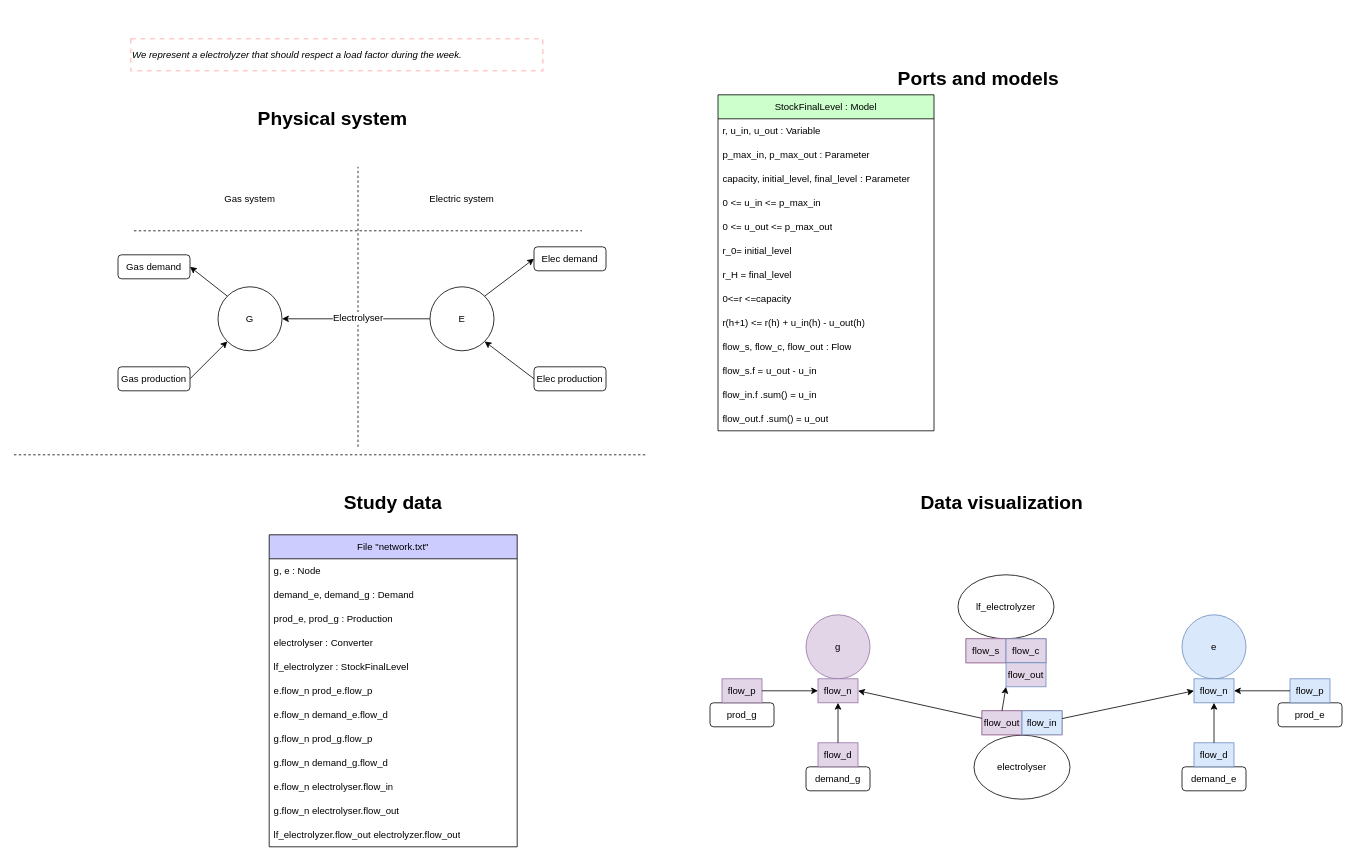
AntaresSimulatorTeam/andromede-modeling-prototype keeps this draw.io diagram as page "two_models" (1 of 2) of models-design/systems/electrolyzer_load_factor.drawio. Above is the earlier version. Source tidied: cells renumbered, new cells numbered last; positions are measured from the earlier drawing's top-left corner, leaving out a move shared by most shapes. Both pictures are drawn from the tidied source at 80%, with x=0, y=0 at pixel (14, 38).
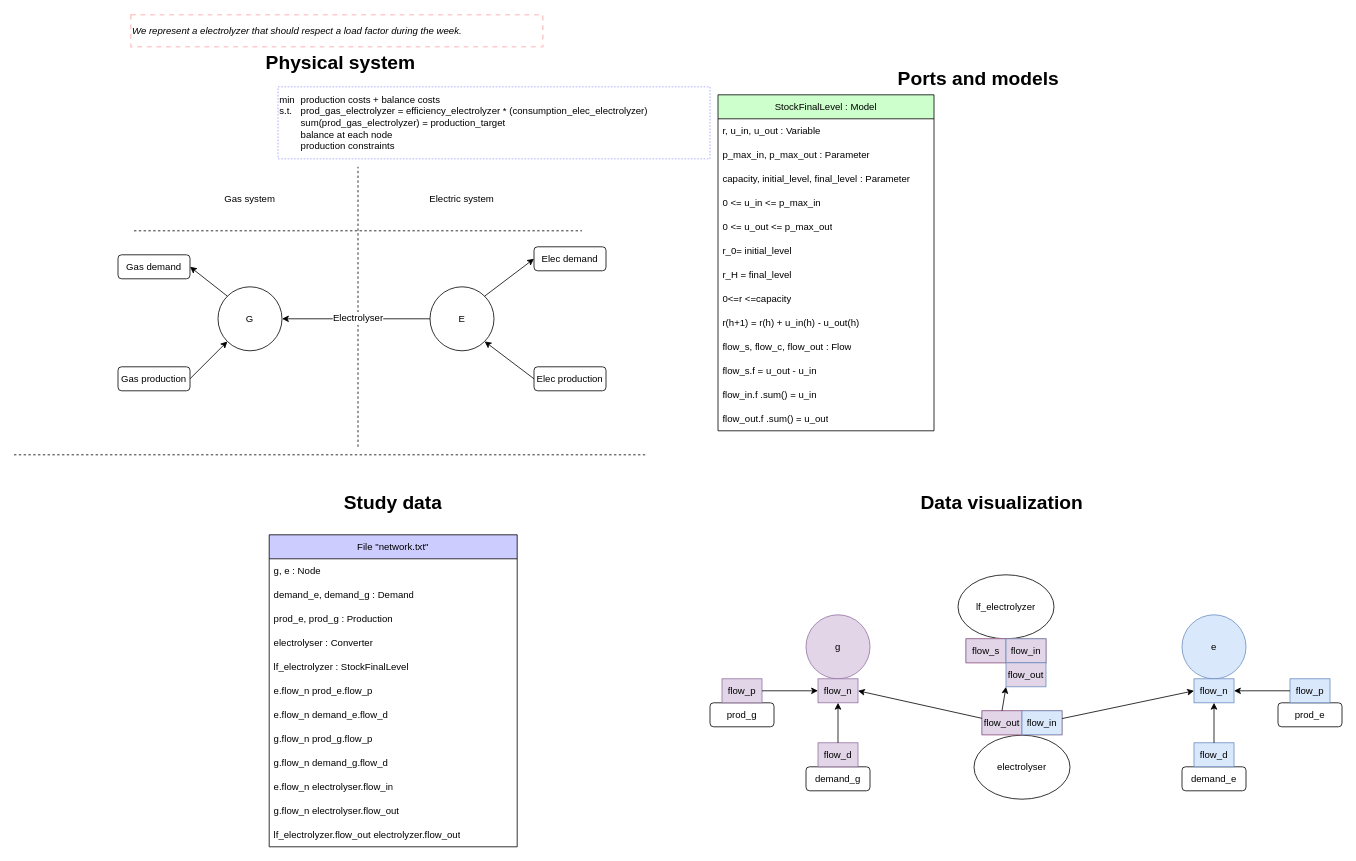
The same page after the edit.

The change refers to these unchanged cells:
```xml
<mxCell id="20" value="StockFinalLevel : Model" style="swimlane;fontStyle=0;horizontal=1;startSize=30;whiteSpace=wrap;html=1;fillColor=#CCFFCC;fontColor=#000000;" parent="18" vertex="1">
  <mxGeometry x="10" y="40" width="270" height="420" as="geometry" />
</mxCell>
<mxCell id="82" style="group;fillColor=#f8cecc;strokeColor=#b85450;" parent="80" vertex="1">
  <mxGeometry x="10" y="90" width="100" height="30" as="geometry" />
</mxCell>
```

Change to the diagram source:
```diff
@@
     <mxCell id="17" value="&lt;h1&gt;Physical system&lt;br&gt;&lt;/h1&gt;" style="text;html=1;strokeColor=none;fillColor=none;spacing=5;spacingTop=-20;whiteSpace=wrap;overflow=hidden;rounded=0;" parent="1" vertex="1">
-      <mxGeometry x="300" y="80" width="250" height="40" as="geometry" />
+      <mxGeometry x="310" y="10" width="250" height="40" as="geometry" />
     </mxCell>
@@
-    <mxCell id="29" value="r(h+1) &amp;lt;= r(h) + u_in(h) - u_out(h)" style="text;strokeColor=none;fillColor=none;align=left;verticalAlign=middle;spacingLeft=4;spacingRight=4;overflow=hidden;whiteSpace=wrap;html=1;" parent="20" vertex="1">
+    <mxCell id="29" value="r(h+1) = r(h) + u_in(h) - u_out(h)" style="text;strokeColor=none;fillColor=none;align=left;verticalAlign=middle;spacingLeft=4;spacingRight=4;overflow=hidden;whiteSpace=wrap;html=1;" parent="20" vertex="1">
       <mxGeometry y="270" width="270" height="30" as="geometry" />
     </mxCell>
@@
-    <mxCell id="84" value="flow_c" style="rounded=0;whiteSpace=wrap;html=1;fillColor=#e1d5e7;strokeColor=#6c8ebf;" parent="82" vertex="1">
+    <mxCell id="84" value="flow_in" style="rounded=0;whiteSpace=wrap;html=1;fillColor=#e1d5e7;strokeColor=#6c8ebf;" parent="82" vertex="1">
       <mxGeometry x="50" width="50" height="30" as="geometry" />
     </mxCell>
@@
     <mxCell id="87" value="&lt;i&gt;We represent a electrolyzer that should respect a load factor during the week.&lt;/i&gt;" style="text;html=1;strokeColor=#FFCCCC;fillColor=none;align=left;verticalAlign=middle;whiteSpace=wrap;rounded=0;dashed=1;strokeWidth=2;" parent="1" vertex="1">
-      <mxGeometry x="146" width="515" height="40" as="geometry" />
+      <mxGeometry x="146" y="-30" width="515" height="40" as="geometry" />
     </mxCell>
@@
+    <mxCell id="91" value="min &lt;span style=&quot;white-space: pre;&quot;&gt;&#9;&lt;/span&gt;production costs + balance costs&lt;br&gt;s.t.&amp;nbsp;&lt;span style=&quot;white-space: pre;&quot;&gt;&#9;&lt;/span&gt;prod_gas_electrolyzer = efficiency_electrolyzer * (consumption_elec_electrolyzer)&amp;nbsp;&lt;br&gt;&lt;span style=&quot;white-space: pre;&quot;&gt;&#9;&lt;/span&gt;sum(prod_gas_electrolyzer) = production_target&lt;br&gt;&lt;span style=&quot;white-space: pre;&quot;&gt;&#9;&lt;/span&gt;balance at each node&lt;br&gt;&lt;span style=&quot;white-space: pre;&quot;&gt;&#9;&lt;/span&gt;production constraints" style="text;html=1;strokeColor=#CCCCFF;fillColor=none;align=left;verticalAlign=middle;whiteSpace=wrap;rounded=0;dashed=1;dashPattern=1 1;strokeWidth=2;" parent="1" vertex="1">
+      <mxGeometry x="330" y="60" width="540" height="90" as="geometry" />
+    </mxCell>
```
